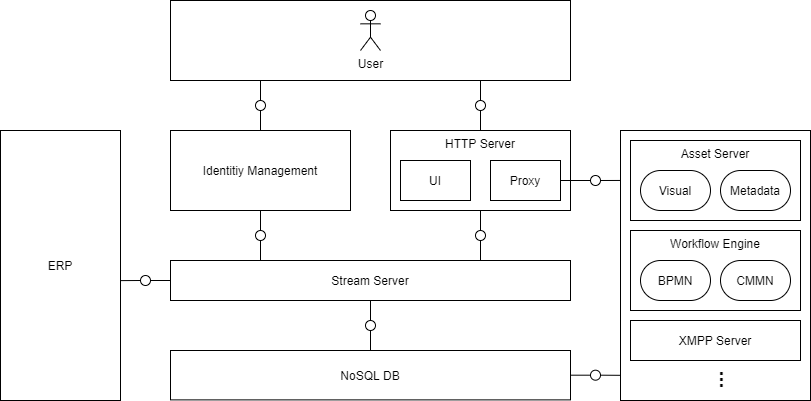
Above: assets/img/architecture/Overview.png in SumApp/SumApp.github.io (draw.io), before the change. Source tidied: cells renumbered, new cells last; positions are measured from the earlier drawing's top-left corner, leaving out a move shared by most shapes. The source it was exported from:
```xml
<mxGraphModel>
  <root>
    <mxCell id="0" />
    <mxCell id="1" parent="0" />
    <mxCell id="2" value="XMPP Server" style="rounded=0;whiteSpace=wrap;html=1;" parent="1" vertex="1">
      <mxGeometry x="620" y="130" width="190" height="270" as="geometry" />
    </mxCell>
    <mxCell id="3" value="Asset Server" style="rounded=0;whiteSpace=wrap;html=1;verticalAlign=top;" parent="1" vertex="1">
      <mxGeometry x="630" y="140" width="170" height="80" as="geometry" />
    </mxCell>
    <mxCell id="4" style="rounded=0;whiteSpace=wrap;html=1;points=[[0.225,1],[0.775,1]];" parent="1" vertex="1">
      <mxGeometry x="170" width="400" height="80" as="geometry" />
    </mxCell>
    <mxCell id="5" value="User" style="shape=umlActor;verticalLabelPosition=bottom;labelBackgroundColor=#ffffff;verticalAlign=top;html=1;" parent="1" vertex="1">
      <mxGeometry x="360" y="10" width="20" height="40" as="geometry" />
    </mxCell>
    <mxCell id="6" value="Identitiy Management" style="rounded=0;whiteSpace=wrap;html=1;" parent="1" vertex="1">
      <mxGeometry x="170" y="130" width="180" height="80" as="geometry" />
    </mxCell>
    <mxCell id="7" value="HTTP Server" style="rounded=0;whiteSpace=wrap;html=1;verticalAlign=top;" parent="1" vertex="1">
      <mxGeometry x="390" y="130" width="180" height="80" as="geometry" />
    </mxCell>
    <mxCell id="8" value="UI" style="rounded=0;whiteSpace=wrap;html=1;" parent="1" vertex="1">
      <mxGeometry x="400" y="160" width="70" height="40" as="geometry" />
    </mxCell>
    <mxCell id="9" value="Proxy" style="rounded=0;whiteSpace=wrap;html=1;" parent="1" vertex="1">
      <mxGeometry x="490" y="160" width="70" height="40" as="geometry" />
    </mxCell>
    <mxCell id="10" value="Stream Server" style="rounded=0;whiteSpace=wrap;html=1;points=[[0.225,0],[0.775,0],[0.5,1]];" parent="1" vertex="1">
      <mxGeometry x="170" y="260" width="400" height="40" as="geometry" />
    </mxCell>
    <mxCell id="11" value="NoSQL DB" style="rounded=0;whiteSpace=wrap;html=1;" parent="1" vertex="1">
      <mxGeometry x="170" y="350" width="400" height="49.4" as="geometry" />
    </mxCell>
    <mxCell id="12" value="Metadata" style="rounded=1;whiteSpace=wrap;html=1;arcSize=50;" parent="1" vertex="1">
      <mxGeometry x="720" y="170" width="70" height="40" as="geometry" />
    </mxCell>
    <mxCell id="13" value="Visual" style="rounded=1;whiteSpace=wrap;html=1;arcSize=50;" parent="1" vertex="1">
      <mxGeometry x="640" y="170" width="70" height="40" as="geometry" />
    </mxCell>
    <mxCell id="14" value="Workflow Engine" style="rounded=0;whiteSpace=wrap;html=1;verticalAlign=top;" parent="1" vertex="1">
      <mxGeometry x="630" y="230" width="170" height="80" as="geometry" />
    </mxCell>
    <mxCell id="15" value="CMMN" style="rounded=1;whiteSpace=wrap;html=1;arcSize=50;" parent="1" vertex="1">
      <mxGeometry x="720" y="260" width="70" height="40" as="geometry" />
    </mxCell>
    <mxCell id="16" value="BPMN" style="rounded=1;whiteSpace=wrap;html=1;arcSize=50;" parent="1" vertex="1">
      <mxGeometry x="640" y="260" width="70" height="40" as="geometry" />
    </mxCell>
    <mxCell id="17" value="ERP" style="rounded=0;whiteSpace=wrap;html=1;" parent="1" vertex="1">
      <mxGeometry y="130" width="120" height="270" as="geometry" />
    </mxCell>
    <mxCell id="18" value="..." style="rounded=0;whiteSpace=wrap;html=1;fontStyle=1;fontSize=20;verticalAlign=middle;rotation=90;strokeColor=none;fillColor=none;" parent="1" vertex="1">
      <mxGeometry x="708" y="360" width="40" height="39.4" as="geometry" />
    </mxCell>
    <mxCell id="19" value="XMPP Server" style="rounded=0;whiteSpace=wrap;html=1;" parent="1" vertex="1">
      <mxGeometry x="630" y="320" width="170" height="40" as="geometry" />
    </mxCell>
    <mxCell id="20" style="endArrow=none;html=1;fontSize=15;exitX=0.5;exitY=0;exitDx=0;exitDy=0;entryX=0.225;entryY=1;entryDx=0;entryDy=0;" parent="1" edge="1" source="21" target="4">
      <mxGeometry relative="1" as="geometry" />
    </mxCell>
    <mxCell id="21" style="ellipse;whiteSpace=wrap;html=1;fillColor=none;fontSize=15;" parent="1" vertex="1">
      <mxGeometry x="255" y="100" width="10" height="10" as="geometry" />
    </mxCell>
    <mxCell id="22" style="endArrow=none;html=1;fontSize=15;exitX=0.5;exitY=0;exitDx=0;exitDy=0;entryX=0.5;entryY=1;entryDx=0;entryDy=0;" parent="1" edge="1" source="6" target="21">
      <mxGeometry relative="1" as="geometry" />
    </mxCell>
    <mxCell id="23" style="endArrow=none;html=1;fontSize=15;exitX=0.5;exitY=0;exitDx=0;exitDy=0;entryX=0.775;entryY=1;entryDx=0;entryDy=0;" parent="1" edge="1" source="24" target="4">
      <mxGeometry relative="1" as="geometry" />
    </mxCell>
    <mxCell id="24" style="ellipse;whiteSpace=wrap;html=1;fillColor=none;fontSize=15;" parent="1" vertex="1">
      <mxGeometry x="475" y="100" width="10" height="10" as="geometry" />
    </mxCell>
    <mxCell id="25" style="endArrow=none;html=1;fontSize=15;exitX=0.5;exitY=0;exitDx=0;exitDy=0;entryX=0.5;entryY=1;entryDx=0;entryDy=0;" parent="1" edge="1" source="7" target="24">
      <mxGeometry relative="1" as="geometry" />
    </mxCell>
    <mxCell id="26" style="endArrow=none;html=1;fontSize=15;exitX=0.5;exitY=0;exitDx=0;exitDy=0;entryX=0.5;entryY=1;entryDx=0;entryDy=0;" parent="1" edge="1" source="27" target="6">
      <mxGeometry relative="1" as="geometry" />
    </mxCell>
    <mxCell id="27" style="ellipse;whiteSpace=wrap;html=1;fillColor=none;fontSize=15;" parent="1" vertex="1">
      <mxGeometry x="255" y="230" width="10" height="10" as="geometry" />
    </mxCell>
    <mxCell id="28" style="endArrow=none;html=1;fontSize=15;exitX=0.225;exitY=0;exitDx=0;exitDy=0;entryX=0.5;entryY=1;entryDx=0;entryDy=0;" parent="1" edge="1" source="10" target="27">
      <mxGeometry relative="1" as="geometry" />
    </mxCell>
    <mxCell id="29" style="ellipse;whiteSpace=wrap;html=1;fillColor=none;fontSize=15;" parent="1" vertex="1">
      <mxGeometry x="475" y="230" width="10" height="10" as="geometry" />
    </mxCell>
    <mxCell id="30" style="endArrow=none;html=1;fontSize=15;exitX=0.5;exitY=0;exitDx=0;exitDy=0;entryX=0.5;entryY=1;entryDx=0;entryDy=0;" parent="1" edge="1" source="29" target="7">
      <mxGeometry relative="1" as="geometry" />
    </mxCell>
    <mxCell id="31" style="endArrow=none;html=1;fontSize=15;exitX=0.775;exitY=0;exitDx=0;exitDy=0;entryX=0.5;entryY=1;entryDx=0;entryDy=0;" parent="1" edge="1" source="10" target="29">
      <mxGeometry relative="1" as="geometry" />
    </mxCell>
    <mxCell id="32" style="ellipse;whiteSpace=wrap;html=1;fillColor=none;fontSize=15;" parent="1" vertex="1">
      <mxGeometry x="365" y="320" width="10" height="10" as="geometry" />
    </mxCell>
    <mxCell id="33" style="endArrow=none;html=1;fontSize=15;exitX=0.5;exitY=0;exitDx=0;exitDy=0;entryX=0.5;entryY=1;entryDx=0;entryDy=0;" parent="1" edge="1" source="32" target="10">
      <mxGeometry relative="1" as="geometry" />
    </mxCell>
    <mxCell id="34" style="endArrow=none;html=1;fontSize=15;entryX=0.5;entryY=1;entryDx=0;entryDy=0;exitX=0.5;exitY=0;exitDx=0;exitDy=0;" parent="1" edge="1" source="11" target="32">
      <mxGeometry relative="1" as="geometry" />
    </mxCell>
    <mxCell id="35" style="ellipse;whiteSpace=wrap;html=1;fillColor=none;fontSize=15;" parent="1" vertex="1">
      <mxGeometry x="590" y="175" width="10" height="10" as="geometry" />
    </mxCell>
    <mxCell id="36" style="ellipse;whiteSpace=wrap;html=1;fillColor=none;fontSize=15;" parent="1" vertex="1">
      <mxGeometry x="590" y="369.7" width="10" height="10" as="geometry" />
    </mxCell>
    <mxCell id="37" style="endArrow=none;html=1;fontSize=15;exitX=1;exitY=0.5;exitDx=0;exitDy=0;entryX=0;entryY=0.5;entryDx=0;entryDy=0;" parent="1" edge="1" source="9" target="35">
      <mxGeometry relative="1" as="geometry" />
    </mxCell>
    <mxCell id="38" style="endArrow=none;html=1;fontSize=15;entryX=0;entryY=0.5;entryDx=0;entryDy=0;exitX=1;exitY=0.5;exitDx=0;exitDy=0;" parent="1" edge="1" source="11" target="36">
      <mxGeometry relative="1" as="geometry" />
    </mxCell>
    <mxCell id="39" style="endArrow=none;html=1;fontSize=15;exitX=1;exitY=0.5;exitDx=0;exitDy=0;entryX=0;entryY=0.556;entryDx=0;entryDy=0;entryPerimeter=0;" parent="1" edge="1" source="36">
      <mxGeometry relative="1" as="geometry">
        <mxPoint x="620" y="374.8" as="targetPoint" />
      </mxGeometry>
    </mxCell>
    <mxCell id="40" style="endArrow=none;html=1;fontSize=15;entryX=1;entryY=0.5;entryDx=0;entryDy=0;exitX=0;exitY=0.185;exitDx=0;exitDy=0;exitPerimeter=0;" parent="1" edge="1" source="2" target="35">
      <mxGeometry relative="1" as="geometry" />
    </mxCell>
    <mxCell id="41" style="ellipse;whiteSpace=wrap;html=1;fillColor=none;fontSize=15;" parent="1" vertex="1">
      <mxGeometry x="140" y="275" width="10" height="10" as="geometry" />
    </mxCell>
    <mxCell id="42" style="endArrow=none;html=1;fontSize=15;entryX=0;entryY=0.5;entryDx=0;entryDy=0;exitX=1;exitY=0.556;exitDx=0;exitDy=0;exitPerimeter=0;" parent="1" edge="1" source="17" target="41">
      <mxGeometry relative="1" as="geometry" />
    </mxCell>
    <mxCell id="43" style="endArrow=none;html=1;fontSize=15;entryX=1;entryY=0.5;entryDx=0;entryDy=0;" parent="1" edge="1" source="10" target="41">
      <mxGeometry relative="1" as="geometry" />
    </mxCell>
  </root>
</mxGraphModel>
```
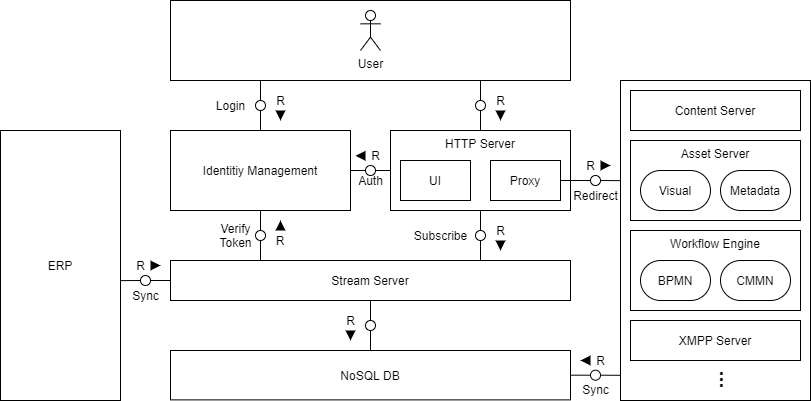
The same diagram one commit later.

Change to the diagram source:
```diff
@@ -3,7 +3,7 @@
     <mxCell id="0" />
     <mxCell id="1" parent="0" />
     <mxCell id="2" value="XMPP Server" style="rounded=0;whiteSpace=wrap;html=1;" parent="1" vertex="1">
-      <mxGeometry x="620" y="130" width="190" height="270" as="geometry" />
+      <mxGeometry x="620" y="80" width="190" height="320" as="geometry" />
     </mxCell>
     <mxCell id="3" value="Asset Server" style="rounded=0;whiteSpace=wrap;html=1;verticalAlign=top;" parent="1" vertex="1">
       <mxGeometry x="630" y="140" width="170" height="80" as="geometry" />
@@ -118,7 +118,7 @@
         <mxPoint x="620" y="374.8" as="targetPoint" />
       </mxGeometry>
     </mxCell>
-    <mxCell id="40" style="endArrow=none;html=1;fontSize=15;entryX=1;entryY=0.5;entryDx=0;entryDy=0;exitX=0;exitY=0.185;exitDx=0;exitDy=0;exitPerimeter=0;" parent="1" edge="1" source="2" target="35">
+    <mxCell id="40" style="endArrow=none;html=1;fontSize=15;entryX=1;entryY=0.5;entryDx=0;entryDy=0;exitX=0;exitY=0.313;exitDx=0;exitDy=0;exitPerimeter=0;" parent="1" edge="1" source="2" target="35">
       <mxGeometry relative="1" as="geometry" />
     </mxCell>
     <mxCell id="41" style="ellipse;whiteSpace=wrap;html=1;fillColor=none;fontSize=15;" parent="1" vertex="1">
@@ -130,5 +130,116 @@
     <mxCell id="43" style="endArrow=none;html=1;fontSize=15;entryX=1;entryY=0.5;entryDx=0;entryDy=0;" parent="1" edge="1" source="10" target="41">
       <mxGeometry relative="1" as="geometry" />
     </mxCell>
+    <mxCell id="44" value="Content Server" style="rounded=0;whiteSpace=wrap;html=1;" parent="1" vertex="1">
+      <mxGeometry x="630" y="90" width="170" height="40" as="geometry" />
+    </mxCell>
+    <mxCell id="45" style="group;" parent="1" vertex="1">
+      <mxGeometry x="490" y="90" width="20" height="30" as="geometry" />
+    </mxCell>
+    <mxCell id="46" value="R" style="text;html=1;align=center;verticalAlign=middle;" parent="45" vertex="1">
+      <mxGeometry width="20" height="20" as="geometry" />
+    </mxCell>
+    <mxCell id="47" style="triangle;whiteSpace=wrap;html=1;fillColor=#000000;strokeColor=none;rotation=90;" parent="45" vertex="1">
+      <mxGeometry x="5" y="20" width="10" height="10" as="geometry" />
+    </mxCell>
+    <mxCell id="48" style="group;" parent="1" vertex="1">
+      <mxGeometry x="580" y="155" width="20" height="20" as="geometry" />
+    </mxCell>
+    <mxCell id="49" value="R" style="text;html=1;align=center;verticalAlign=middle;" parent="48" vertex="1">
+      <mxGeometry width="20" height="20" as="geometry" />
+    </mxCell>
+    <mxCell id="50" style="triangle;whiteSpace=wrap;html=1;fillColor=#000000;strokeColor=none;rotation=0;" parent="1" vertex="1">
+      <mxGeometry x="600" y="160" width="10" height="10" as="geometry" />
+    </mxCell>
+    <mxCell id="51" style="group;" parent="1" vertex="1">
+      <mxGeometry x="590" y="350" width="20" height="20" as="geometry" />
+    </mxCell>
+    <mxCell id="52" value="R" style="text;html=1;align=center;verticalAlign=middle;" parent="51" vertex="1">
+      <mxGeometry width="20" height="20" as="geometry" />
+    </mxCell>
+    <mxCell id="53" style="triangle;whiteSpace=wrap;html=1;fillColor=#000000;strokeColor=none;rotation=-180;" parent="51" vertex="1">
+      <mxGeometry x="-10" y="5" width="10" height="10" as="geometry" />
+    </mxCell>
+    <mxCell id="54" style="group;" parent="1" vertex="1">
+      <mxGeometry x="270" y="90" width="20" height="30" as="geometry" />
+    </mxCell>
+    <mxCell id="55" value="R" style="text;html=1;align=center;verticalAlign=middle;" parent="54" vertex="1">
+      <mxGeometry width="20" height="20" as="geometry" />
+    </mxCell>
+    <mxCell id="56" style="triangle;whiteSpace=wrap;html=1;fillColor=#000000;strokeColor=none;rotation=90;" parent="54" vertex="1">
+      <mxGeometry x="5" y="20" width="10" height="10" as="geometry" />
+    </mxCell>
+    <mxCell id="57" value="R" style="text;html=1;strokeColor=none;fillColor=none;align=center;verticalAlign=middle;whiteSpace=wrap;rounded=0;" parent="1" vertex="1">
+      <mxGeometry x="270" y="230" width="20" height="20" as="geometry" />
+    </mxCell>
+    <mxCell id="58" style="triangle;whiteSpace=wrap;html=1;fillColor=#000000;strokeColor=none;rotation=-90;" parent="1" vertex="1">
+      <mxGeometry x="275" y="220" width="10" height="10" as="geometry" />
+    </mxCell>
+    <mxCell id="59" style="group;" parent="1" vertex="1">
+      <mxGeometry x="490" y="220" width="20" height="30" as="geometry" />
+    </mxCell>
+    <mxCell id="60" value="R" style="text;html=1;align=center;verticalAlign=middle;" parent="59" vertex="1">
+      <mxGeometry width="20" height="20" as="geometry" />
+    </mxCell>
+    <mxCell id="61" style="triangle;whiteSpace=wrap;html=1;fillColor=#000000;strokeColor=none;rotation=90;" parent="59" vertex="1">
+      <mxGeometry x="5" y="20" width="10" height="10" as="geometry" />
+    </mxCell>
+    <mxCell id="62" style="group;" parent="1" vertex="1">
+      <mxGeometry x="130" y="255" width="20" height="20" as="geometry" />
+    </mxCell>
+    <mxCell id="63" value="R" style="text;html=1;align=center;verticalAlign=middle;" parent="62" vertex="1">
+      <mxGeometry width="20" height="20" as="geometry" />
+    </mxCell>
+    <mxCell id="64" style="triangle;whiteSpace=wrap;html=1;fillColor=#000000;strokeColor=none;rotation=0;" parent="1" vertex="1">
+      <mxGeometry x="150" y="260" width="10" height="10" as="geometry" />
+    </mxCell>
+    <mxCell id="65" value="Login" style="text;html=1;align=center;verticalAlign=middle;" parent="1" vertex="1">
+      <mxGeometry x="210" y="95" width="40" height="20" as="geometry" />
+    </mxCell>
+    <mxCell id="66" value="Sync" style="text;html=1;align=center;verticalAlign=middle;" parent="1" vertex="1">
+      <mxGeometry x="125" y="285" width="40" height="20" as="geometry" />
+    </mxCell>
+    <mxCell id="67" value="Verify&lt;br&gt;Token" style="text;html=1;align=center;verticalAlign=middle;" parent="1" vertex="1">
+      <mxGeometry x="210" y="220" width="50" height="30" as="geometry" />
+    </mxCell>
+    <mxCell id="68" style="ellipse;whiteSpace=wrap;html=1;fillColor=none;fontSize=15;" parent="1" vertex="1">
+      <mxGeometry x="365" y="165" width="10" height="10" as="geometry" />
+    </mxCell>
+    <mxCell id="69" style="endArrow=none;html=1;fontSize=15;entryX=0;entryY=0.5;entryDx=0;entryDy=0;exitX=1;exitY=0.5;exitDx=0;exitDy=0;" parent="1" edge="1" source="6" target="68">
+      <mxGeometry relative="1" as="geometry" />
+    </mxCell>
+    <mxCell id="70" style="endArrow=none;html=1;fontSize=15;exitX=1;exitY=0.5;exitDx=0;exitDy=0;entryX=0;entryY=0.5;entryDx=0;entryDy=0;" parent="1" edge="1" source="68" target="7">
+      <mxGeometry relative="1" as="geometry" />
+    </mxCell>
+    <mxCell id="71" style="group;" parent="1" vertex="1">
+      <mxGeometry x="365" y="145.3" width="20" height="20" as="geometry" />
+    </mxCell>
+    <mxCell id="72" value="R" style="text;html=1;align=center;verticalAlign=middle;" parent="71" vertex="1">
+      <mxGeometry width="20" height="20" as="geometry" />
+    </mxCell>
+    <mxCell id="73" style="triangle;whiteSpace=wrap;html=1;fillColor=#000000;strokeColor=none;rotation=-180;" parent="71" vertex="1">
+      <mxGeometry x="-10" y="5" width="10" height="10" as="geometry" />
+    </mxCell>
+    <mxCell id="74" value="Auth" style="text;html=1;align=center;verticalAlign=middle;" parent="1" vertex="1">
+      <mxGeometry x="350" y="170" width="40" height="20" as="geometry" />
+    </mxCell>
+    <mxCell id="75" value="Subscribe" style="text;html=1;align=center;verticalAlign=middle;" parent="1" vertex="1">
+      <mxGeometry x="405" y="225" width="70" height="20" as="geometry" />
+    </mxCell>
+    <mxCell id="76" value="Redirect" style="text;html=1;align=center;verticalAlign=middle;" parent="1" vertex="1">
+      <mxGeometry x="565" y="185" width="60" height="20" as="geometry" />
+    </mxCell>
+    <mxCell id="77" value="Sync" style="text;html=1;align=center;verticalAlign=middle;" parent="1" vertex="1">
+      <mxGeometry x="575" y="379.4" width="40" height="20" as="geometry" />
+    </mxCell>
+    <mxCell id="78" style="group;" parent="1" vertex="1">
+      <mxGeometry x="340" y="310" width="20" height="30" as="geometry" />
+    </mxCell>
+    <mxCell id="79" value="R" style="text;html=1;align=center;verticalAlign=middle;" parent="78" vertex="1">
+      <mxGeometry width="20" height="20" as="geometry" />
+    </mxCell>
+    <mxCell id="80" style="triangle;whiteSpace=wrap;html=1;fillColor=#000000;strokeColor=none;rotation=90;" parent="78" vertex="1">
+      <mxGeometry x="5" y="20" width="10" height="10" as="geometry" />
+    </mxCell>
   </root>
 </mxGraphModel>
```
